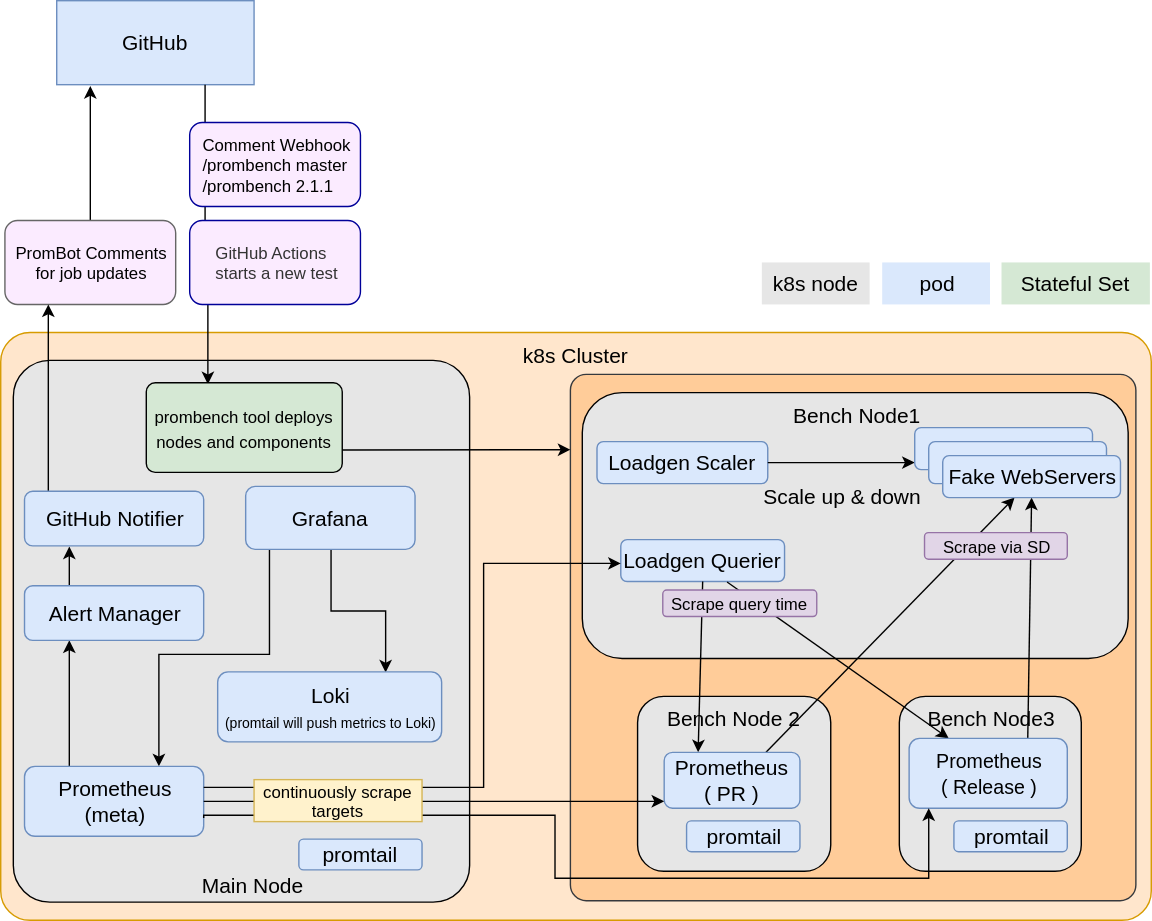
Before: prombench/design.svg, a diagram exported from draw.io (prometheus/test-infra). Source tidied: cells renumbered, new cells last; positions are measured from the earlier drawing's top-left corner, leaving out a move shared by most shapes.
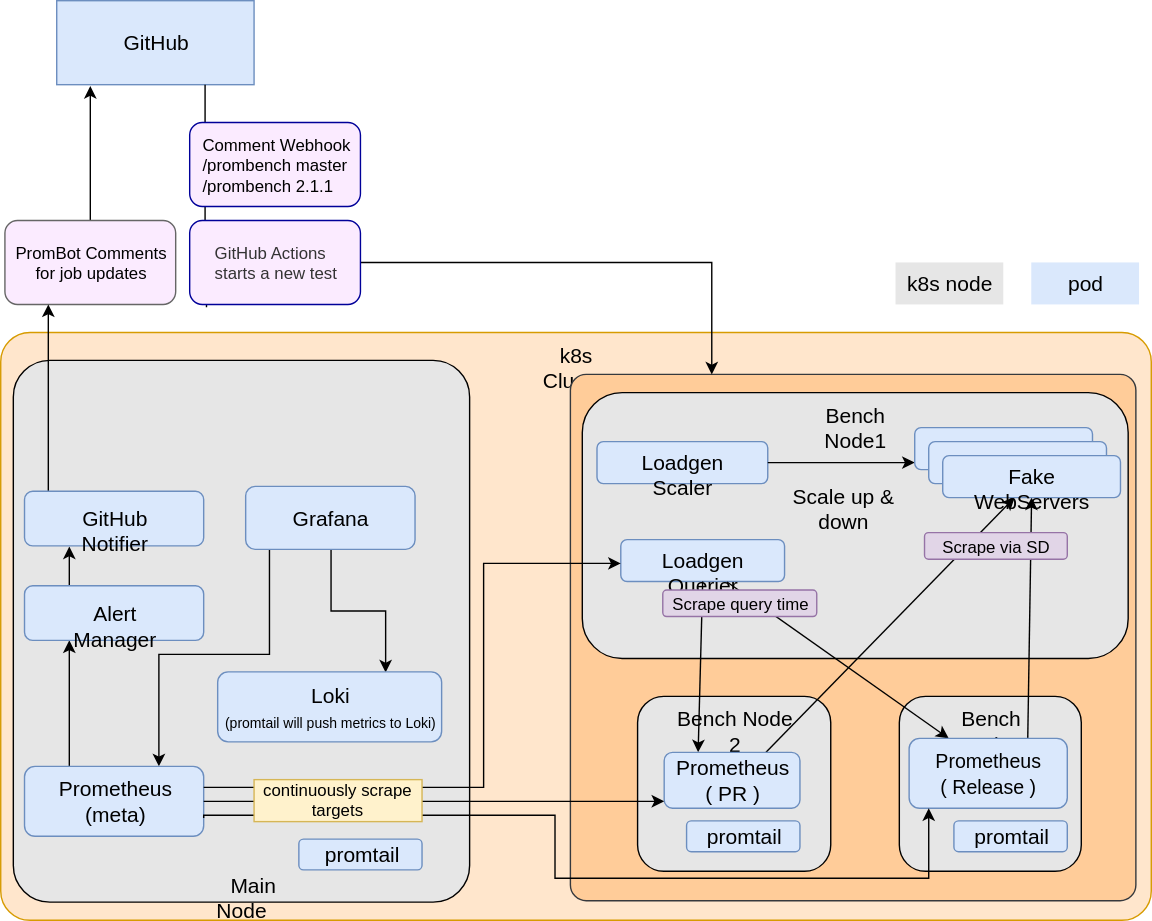
After the commit.

Commit message:
removed statefulset implementation of prombench tests

Change to the diagram source:
```diff
@@ -34,7 +34,7 @@
     <mxCell id="10" value="Grafana" style="rounded=1;whiteSpace=wrap;html=1;fontSize=15;fontColor=#000000;fillColor=#dae8fc;strokeColor=#6c8ebf;" parent="1" vertex="1">
       <mxGeometry x="175" y="347" width="121" height="45" as="geometry" />
     </mxCell>
-    <mxCell id="11" style="edgeStyle=orthogonalEdgeStyle;rounded=0;html=1;exitX=0.75;exitY=1;entryX=0.314;entryY=0.016;jettySize=auto;fontSize=15;entryDx=0;entryDy=0;entryPerimeter=0;" parent="1" edge="1" source="4" target="20">
+    <mxCell id="11" style="edgeStyle=orthogonalEdgeStyle;rounded=0;html=1;exitX=0.75;exitY=1;entryX=0.098;entryY=1.033;jettySize=auto;fontSize=15;entryDx=0;entryDy=0;entryPerimeter=0;endArrow=none;endFill=0;" parent="1" edge="1" source="4" target="41">
       <mxGeometry relative="1" as="geometry">
         <Array as="points">
           <mxPoint x="146" y="167" />
@@ -52,23 +52,17 @@
       <mxGeometry x="3" y="157" width="122" height="60" as="geometry" />
     </mxCell>
     <mxCell id="15" value="pod" style="rounded=0;whiteSpace=wrap;html=1;glass=0;labelBackgroundColor=none;fillColor=#DAE8FC;fontSize=15;fontColor=#000000;strokeColor=none;" parent="1" vertex="1">
-      <mxGeometry x="629.8" y="187" width="77" height="30" as="geometry" />
+      <mxGeometry x="736.3" y="187" width="77" height="30" as="geometry" />
     </mxCell>
     <mxCell id="16" value="k8s node&lt;br&gt;&lt;br&gt;&lt;br&gt;" style="rounded=0;whiteSpace=wrap;html=1;fontSize=15;fontColor=#000000;verticalAlign=top;fillColor=#E6E6E6;strokeColor=none;" parent="1" vertex="1">
-      <mxGeometry x="543.8" y="187" width="77" height="30" as="geometry" />
+      <mxGeometry x="639.3" y="187" width="77" height="30" as="geometry" />
     </mxCell>
-    <mxCell id="17" value="Stateful Set" style="rounded=0;whiteSpace=wrap;html=1;glass=0;labelBackgroundColor=none;fillColor=#d5e8d4;fontSize=15;fontColor=#000000;strokeColor=none;" parent="1" vertex="1">
-      <mxGeometry x="715" y="187" width="106" height="30" as="geometry" />
-    </mxCell>
     <mxCell id="18" style="edgeStyle=orthogonalEdgeStyle;rounded=0;jumpStyle=none;jettySize=auto;html=1;exitX=0.25;exitY=0;exitDx=0;exitDy=0;entryX=0.25;entryY=1;entryDx=0;entryDy=0;startArrow=none;startFill=0;endArrow=classic;endFill=1;" parent="1" edge="1" source="19" target="47">
       <mxGeometry relative="1" as="geometry" />
     </mxCell>
     <mxCell id="19" value="Alert Manager&lt;br&gt;" style="rounded=1;whiteSpace=wrap;html=1;fontSize=15;fontColor=#000000;fillColor=#dae8fc;strokeColor=#6c8ebf;" parent="1" vertex="1">
       <mxGeometry x="17" y="418" width="128" height="39" as="geometry" />
     </mxCell>
-    <mxCell id="20" value="&lt;div&gt;&lt;span&gt;&lt;font style=&quot;font-size: 12px&quot;&gt;prombench tool deploys nodes and components&lt;/font&gt;&lt;/span&gt;&lt;/div&gt;" style="rounded=1;whiteSpace=wrap;html=1;glass=0;labelBackgroundColor=none;fillColor=#d5e8d4;fontSize=15;fontColor=#000000;strokeColor=#000000;arcSize=10;" parent="1" vertex="1">
-      <mxGeometry x="104" y="273" width="140" height="64" as="geometry" />
-    </mxCell>
     <mxCell id="21" value="Bench Node3&lt;br&gt;&lt;br&gt;&lt;br&gt;" style="rounded=1;whiteSpace=wrap;html=1;fontSize=15;fontColor=#000000;verticalAlign=top;fillColor=#E6E6E6;" parent="1" vertex="1">
       <mxGeometry x="642" y="497" width="130" height="125" as="geometry" />
     </mxCell>
@@ -128,9 +122,9 @@
     <mxCell id="39" value="Fake WebServers" style="rounded=1;whiteSpace=wrap;html=1;fontSize=15;fontColor=#000000;fillColor=#dae8fc;strokeColor=#6c8ebf;" parent="36" vertex="1">
       <mxGeometry x="20" y="20" width="127" height="30" as="geometry" />
     </mxCell>
-    <mxCell id="40" style="endArrow=classic;html=1;fontSize=15;fontColor=#000000;exitX=1;exitY=0.75;entryX=0;entryY=0.143;entryDx=0;entryDy=0;entryPerimeter=0;exitDx=0;exitDy=0;" parent="1" edge="1" source="20" target="3">
-      <mxGeometry relative="1" as="geometry" />
-    </mxCell>
+    <mxCell id="52" style="edgeStyle=orthogonalEdgeStyle;rounded=0;jettySize=auto;html=1;exitX=1;exitY=0.5;exitDx=0;exitDy=0;entryX=0.25;entryY=0;entryDx=0;entryDy=0;endArrow=classic;endFill=1;" parent="1" edge="1" source="41" target="3">
+      <mxGeometry relative="1" as="geometry" />
+    </mxCell>
     <mxCell id="41" value="&lt;div style=&quot;text-align: left&quot;&gt;&lt;span style=&quot;color: rgb(51 , 51 , 51) ; text-align: center&quot;&gt;GitHub Actions&amp;nbsp;&lt;/span&gt;&lt;/div&gt;&lt;div style=&quot;text-align: left&quot;&gt;&lt;span style=&quot;color: rgb(51 , 51 , 51) ; text-align: center&quot;&gt;starts a new test&lt;/span&gt;&lt;br&gt;&lt;/div&gt;" style="rounded=1;whiteSpace=wrap;html=1;labelBackgroundColor=none;fillColor=#FBEBFF;strokeColor=#000099;spacingTop=0;spacingLeft=1;" parent="1" vertex="1">
       <mxGeometry x="135" y="157" width="122" height="60" as="geometry" />
     </mxCell>
```
